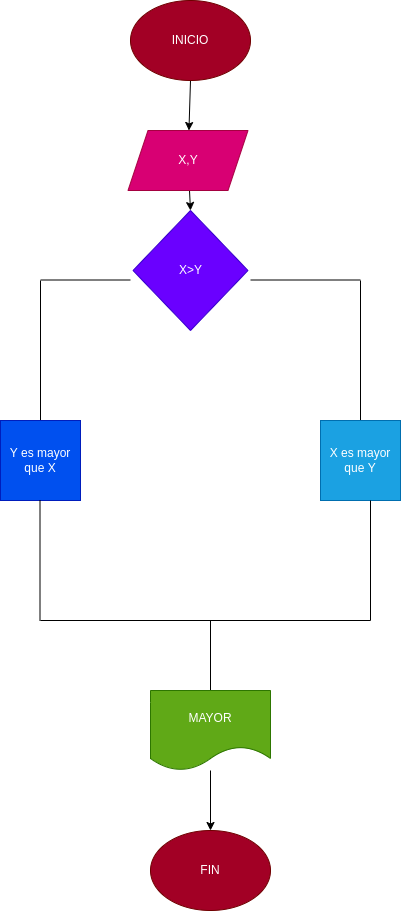
Above: diagrama.png in pasecolra/mayor_2enteros (draw.io), before the change. Source tidied: cells renumbered, new cells last; positions are measured from the earlier drawing's top-left corner, leaving out a move shared by most shapes.
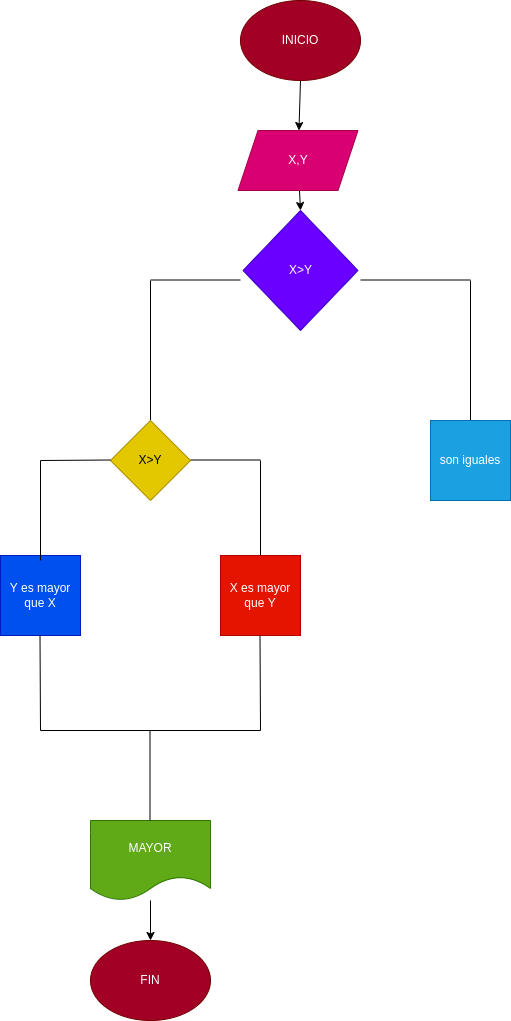
Later version of the same file.

What changed in the source:
```diff
@@ -40,42 +40,16 @@
       </mxGeometry>
     </mxCell>
     <mxCell id="9" value="Y es mayor que X" style="whiteSpace=wrap;html=1;fillColor=#0050ef;fontColor=#ffffff;strokeColor=#001DBC;" parent="1" vertex="1">
-      <mxGeometry y="420" width="80" height="80" as="geometry" />
+      <mxGeometry x="-110" y="555" width="80" height="80" as="geometry" />
     </mxCell>
-    <mxCell id="10" value="X es mayor que Y" style="whiteSpace=wrap;html=1;fillColor=#1ba1e2;fontColor=#ffffff;strokeColor=#006EAF;" parent="1" vertex="1">
+    <mxCell id="10" value="son iguales" style="whiteSpace=wrap;html=1;fillColor=#1ba1e2;fontColor=#ffffff;strokeColor=#006EAF;" parent="1" vertex="1">
       <mxGeometry x="320" y="420" width="80" height="80" as="geometry" />
     </mxCell>
-    <mxCell id="11" style="endArrow=none;html=1;" parent="1" edge="1">
-      <mxGeometry relative="1" as="geometry">
-        <mxPoint x="39.5" y="620" as="sourcePoint" />
-        <mxPoint x="39.5" y="500" as="targetPoint" />
-      </mxGeometry>
-    </mxCell>
-    <mxCell id="12" style="endArrow=none;html=1;" parent="1" edge="1">
-      <mxGeometry relative="1" as="geometry">
-        <mxPoint x="370" y="620" as="sourcePoint" />
-        <mxPoint x="370" y="500" as="targetPoint" />
-      </mxGeometry>
-    </mxCell>
-    <mxCell id="13" style="endArrow=none;html=1;" parent="1" edge="1">
-      <mxGeometry relative="1" as="geometry">
-        <mxPoint x="40" y="620" as="sourcePoint" />
-        <mxPoint x="370" y="620" as="targetPoint" />
-      </mxGeometry>
-    </mxCell>
-    <mxCell id="14" style="endArrow=none;html=1;" parent="1" edge="1">
-      <mxGeometry relative="1" as="geometry">
-        <mxPoint x="210" y="690" as="sourcePoint" />
-        <mxPoint x="210" y="620" as="targetPoint" />
-      </mxGeometry>
-    </mxCell>
-    <mxCell id="15" style="edgeStyle=none;html=1;" parent="1" edge="1" source="16">
-      <mxGeometry relative="1" as="geometry">
-        <mxPoint x="210" y="830" as="targetPoint" />
-      </mxGeometry>
-    </mxCell>
+    <mxCell id="20" style="edgeStyle=none;html=1;" parent="1" edge="1" source="16" target="19">
+      <mxGeometry relative="1" as="geometry" />
+    </mxCell>
     <mxCell id="16" value="MAYOR" style="shape=document;whiteSpace=wrap;html=1;boundedLbl=1;fillColor=#60a917;fontColor=#ffffff;strokeColor=#2D7600;" parent="1" vertex="1">
-      <mxGeometry x="150" y="690" width="120" height="80" as="geometry" />
+      <mxGeometry x="-20" y="820" width="120" height="80" as="geometry" />
     </mxCell>
     <mxCell id="17" value="X&amp;gt;Y" style="rhombus;whiteSpace=wrap;html=1;fillColor=#6a00ff;fontColor=#ffffff;strokeColor=#3700CC;" parent="1" vertex="1">
       <mxGeometry x="132.5" y="210" width="115" height="120" as="geometry" />
@@ -84,7 +58,61 @@
       <mxGeometry x="130" width="120" height="80" as="geometry" />
     </mxCell>
     <mxCell id="19" value="FIN" style="ellipse;whiteSpace=wrap;html=1;fillColor=#a20025;fontColor=#ffffff;strokeColor=#6F0000;" parent="1" vertex="1">
-      <mxGeometry x="150" y="830" width="120" height="80" as="geometry" />
+      <mxGeometry x="-20" y="940" width="120" height="80" as="geometry" />
     </mxCell>
+    <mxCell id="21" value="X&amp;gt;Y" style="rhombus;whiteSpace=wrap;html=1;fillColor=#e3c800;fontColor=#000000;strokeColor=#B09500;" parent="1" vertex="1">
+      <mxGeometry y="420" width="80" height="80" as="geometry" />
+    </mxCell>
+    <mxCell id="22" style="endArrow=none;html=1;" parent="1" edge="1">
+      <mxGeometry relative="1" as="geometry">
+        <mxPoint x="80" y="459.5" as="sourcePoint" />
+        <mxPoint x="150" y="459.5" as="targetPoint" />
+      </mxGeometry>
+    </mxCell>
+    <mxCell id="23" style="endArrow=none;html=1;" parent="1" edge="1">
+      <mxGeometry relative="1" as="geometry">
+        <mxPoint x="-70" y="460" as="sourcePoint" />
+        <mxPoint y="459.5" as="targetPoint" />
+      </mxGeometry>
+    </mxCell>
+    <mxCell id="24" style="endArrow=none;html=1;" parent="1" edge="1">
+      <mxGeometry relative="1" as="geometry">
+        <mxPoint x="-70" y="560" as="sourcePoint" />
+        <mxPoint x="-70" y="460" as="targetPoint" />
+      </mxGeometry>
+    </mxCell>
+    <mxCell id="25" style="endArrow=none;html=1;" parent="1" edge="1">
+      <mxGeometry relative="1" as="geometry">
+        <mxPoint x="150" y="560" as="sourcePoint" />
+        <mxPoint x="150" y="460" as="targetPoint" />
+      </mxGeometry>
+    </mxCell>
+    <mxCell id="26" value="X es mayor que Y" style="whiteSpace=wrap;html=1;fillColor=#e51400;fontColor=#ffffff;strokeColor=#B20000;" parent="1" vertex="1">
+      <mxGeometry x="110" y="555" width="80" height="80" as="geometry" />
+    </mxCell>
+    <mxCell id="27" style="endArrow=none;html=1;" parent="1" edge="1">
+      <mxGeometry relative="1" as="geometry">
+        <mxPoint x="-70" y="730" as="sourcePoint" />
+        <mxPoint x="-70.5" y="635" as="targetPoint" />
+      </mxGeometry>
+    </mxCell>
+    <mxCell id="28" style="endArrow=none;html=1;" parent="1" edge="1">
+      <mxGeometry relative="1" as="geometry">
+        <mxPoint x="150" y="730" as="sourcePoint" />
+        <mxPoint x="149.5" y="635" as="targetPoint" />
+      </mxGeometry>
+    </mxCell>
+    <mxCell id="29" style="endArrow=none;html=1;" parent="1" edge="1">
+      <mxGeometry relative="1" as="geometry">
+        <mxPoint x="-70" y="730" as="sourcePoint" />
+        <mxPoint x="150" y="730" as="targetPoint" />
+      </mxGeometry>
+    </mxCell>
+    <mxCell id="30" style="endArrow=none;html=1;" parent="1" edge="1">
+      <mxGeometry relative="1" as="geometry">
+        <mxPoint x="39.5" y="820" as="sourcePoint" />
+        <mxPoint x="39.5" y="730" as="targetPoint" />
+      </mxGeometry>
+    </mxCell>
   </root>
 </mxGraphModel>
```
